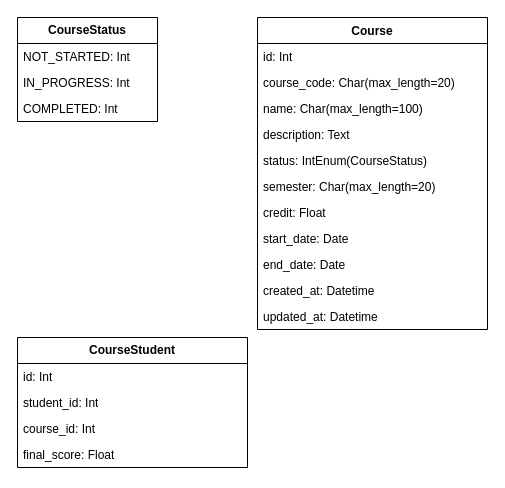
This is 项目设计/模型设计/课程相关模型.drawio from Z321T/LuminoEdu, a draw.io file, before an edit. Source tidied: cells renumbered, new cells numbered last; positions are measured from the earlier drawing's top-left corner, leaving out a move shared by most shapes. Both pictures are drawn from the tidied source at 100%, with x=0, y=0 at pixel (17, 17).
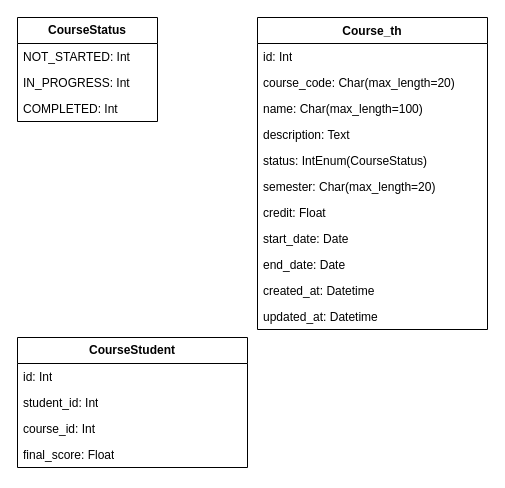
After the change.

Diff of the diagram source:
```diff
@@
-    <mxCell id="6" value="Course" style="swimlane;fontStyle=1;align=center;verticalAlign=top;horizontal=1;startSize=26;whiteSpace=wrap;html=1;" parent="1" vertex="1">
+    <mxCell id="6" value="Course_th" style="swimlane;fontStyle=1;align=center;verticalAlign=top;horizontal=1;startSize=26;whiteSpace=wrap;html=1;" parent="1" vertex="1">
       <mxGeometry x="240" width="230" height="312" as="geometry" />
     </mxCell>
```
